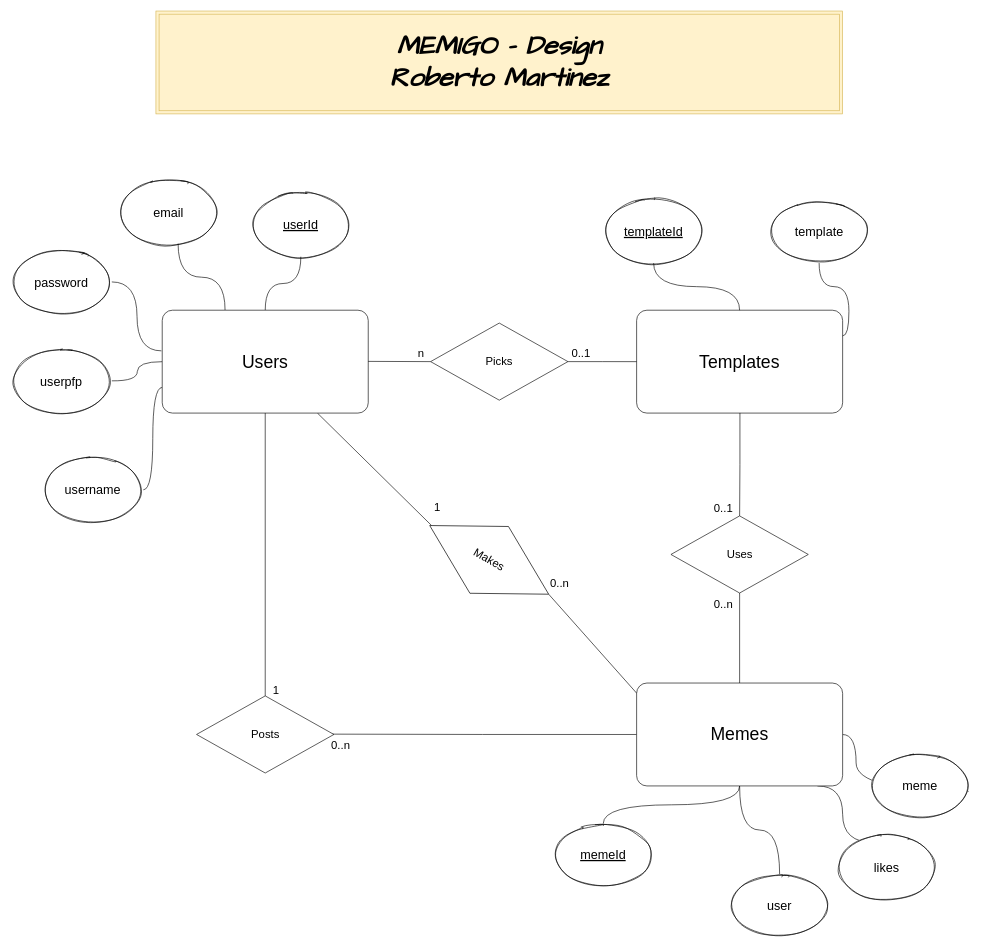
RobertoRedes2001/MemigoWeb keeps this draw.io diagram as Memigo_Diseño_BBDD.drawio. Above is the earlier version. Source tidied: cells renumbered, new cells numbered last; positions are measured from the earlier drawing's top-left corner, leaving out a move shared by most shapes. Both pictures are drawn from the tidied source at 63%, with x=0, y=0 at pixel (11, 11).
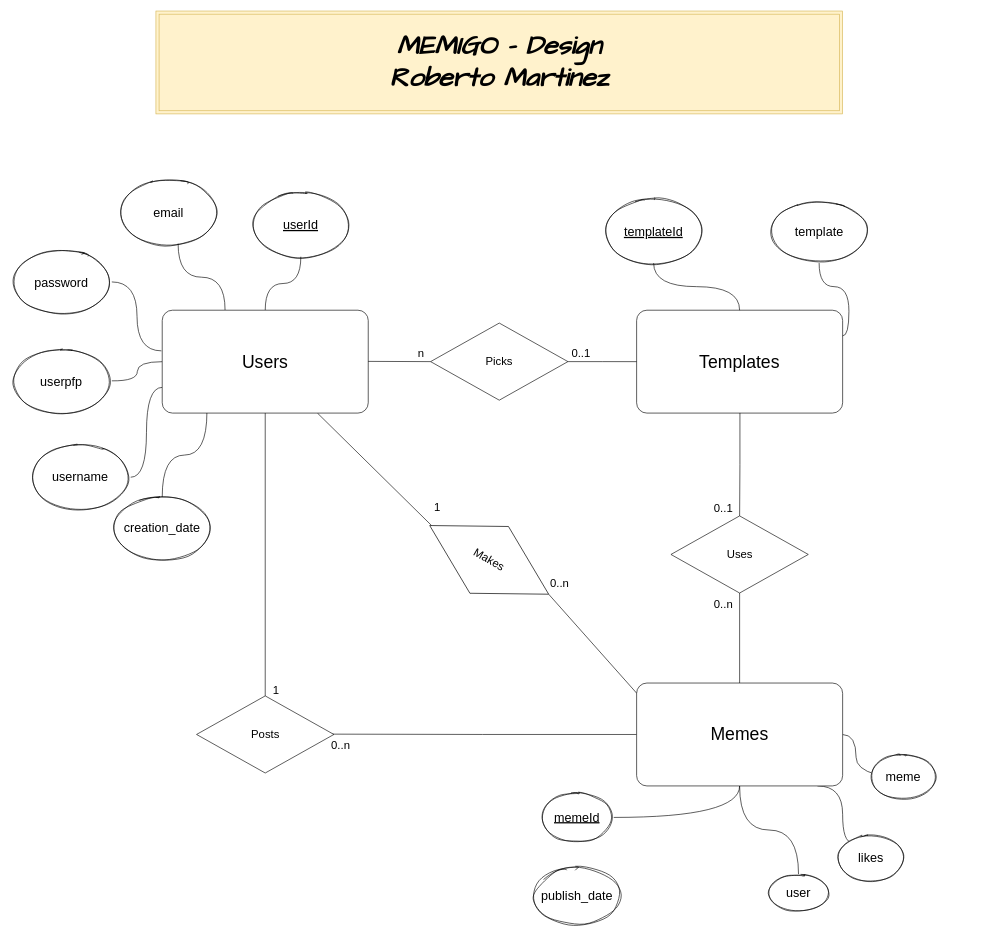
The same page after the edit.

Unchanged cells that the change refers to:
```xml
<mxCell id="46" value="&lt;font style=&quot;font-size: 28px&quot;&gt;Users&lt;/font&gt;" style="rounded=1;arcSize=10;whiteSpace=wrap;html=1;align=center;" parent="1" vertex="1">
  <mxGeometry x="240" y="474.9" width="327" height="163.3" as="geometry" />
</mxCell>
```

Diff of the diagram source:
```diff
@@
     <mxCell id="23" value="&lt;font face=&quot;Helvetica&quot;&gt;username&lt;/font&gt;" style="ellipse;whiteSpace=wrap;html=1;sketch=1;hachureGap=4;fontFamily=Architects Daughter;fontSize=20;" parent="1" vertex="1">
-      <mxGeometry x="50" y="710" width="160" height="100" as="geometry" />
+      <mxGeometry x="30" y="690" width="160" height="100" as="geometry" />
     </mxCell>
@@
     <mxCell id="26" value="&lt;font face=&quot;Helvetica&quot;&gt;user&lt;/font&gt;" style="ellipse;whiteSpace=wrap;html=1;sketch=1;hachureGap=4;fontFamily=Architects Daughter;fontSize=20;" parent="1" vertex="1">
-      <mxGeometry x="1140" y="1370" width="160" height="100" as="geometry" />
+      <mxGeometry x="1200" y="1370" width="100" height="60" as="geometry" />
     </mxCell>
     <mxCell id="27" value="&lt;font face=&quot;Helvetica&quot;&gt;&lt;u&gt;memeId&lt;/u&gt;&lt;/font&gt;" style="ellipse;whiteSpace=wrap;html=1;sketch=1;hachureGap=4;fontFamily=Architects Daughter;fontSize=20;" parent="1" vertex="1">
-      <mxGeometry x="860" y="1290" width="160" height="100" as="geometry" />
+      <mxGeometry x="840" y="1240" width="116.7" height="80" as="geometry" />
     </mxCell>
@@
     <mxCell id="37" value="&lt;font face=&quot;Helvetica&quot;&gt;likes&lt;/font&gt;" style="ellipse;whiteSpace=wrap;html=1;sketch=1;hachureGap=4;fontFamily=Architects Daughter;fontSize=20;" parent="1" vertex="1">
-      <mxGeometry x="1310" y="1309.6" width="160" height="100" as="geometry" />
+      <mxGeometry x="1310" y="1309.6" width="110" height="70.4" as="geometry" />
     </mxCell>
@@
+    <mxCell id="47" value="&lt;font face=&quot;Helvetica&quot;&gt;meme&lt;/font&gt;" style="ellipse;whiteSpace=wrap;html=1;sketch=1;hachureGap=4;fontFamily=Architects Daughter;fontSize=20;" parent="1" vertex="1">
+      <mxGeometry x="1362.7" y="1180" width="107.3" height="70" as="geometry" />
+    </mxCell>
+    <mxCell id="48" value="&lt;font face=&quot;Helvetica&quot;&gt;creation_date&lt;/font&gt;" style="ellipse;whiteSpace=wrap;html=1;sketch=1;hachureGap=4;fontFamily=Architects Daughter;fontSize=20;" parent="1" vertex="1">
+      <mxGeometry x="160" y="771.4" width="160" height="100" as="geometry" />
+    </mxCell>
+    <mxCell id="49" style="endArrow=none;html=1;edgeStyle=orthogonalEdgeStyle;curved=1;entryX=0.217;entryY=0.987;entryDx=0;entryDy=0;entryPerimeter=0;" parent="1" edge="1" source="48" target="46">
+      <mxGeometry relative="1" as="geometry" />
+    </mxCell>
@@
-    <mxCell id="47" value="&lt;font face=&quot;Helvetica&quot;&gt;meme&lt;/font&gt;" style="ellipse;whiteSpace=wrap;html=1;sketch=1;hachureGap=4;fontFamily=Architects Daughter;fontSize=20;" parent="1" vertex="1">
-      <mxGeometry x="1362.7" y="1180" width="160" height="100" as="geometry" />
-    </mxCell>
+    <mxCell id="50" value="&lt;font face=&quot;Helvetica&quot;&gt;publish_date&lt;/font&gt;" style="ellipse;whiteSpace=wrap;html=1;hachureGap=4;fontFamily=Architects Daughter;fontSize=20;shadow=0;sketch=1;curveFitting=1;jiggle=2;" parent="1" vertex="1">
+      <mxGeometry x="829.8" y="1360" width="137" height="90" as="geometry" />
+    </mxCell>
```
